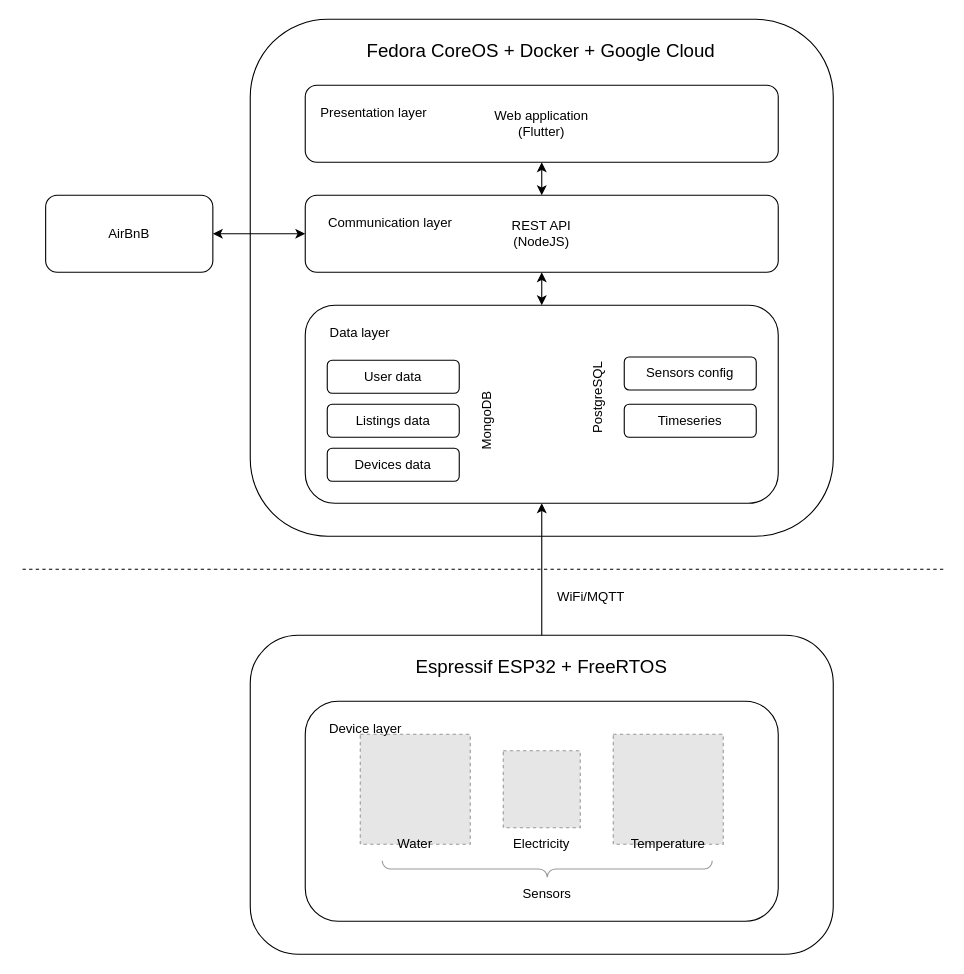
The draw.io diagram docs/diagrams/architecture-diagram.drawio in danielmonterocr/project-module-2024-apr, before the edit. Source tidied: cells renumbered, new cells numbered last; positions are measured from the earlier drawing's top-left corner, leaving out a move shared by most shapes. Both pictures are drawn from the tidied source at 110%, with x=0, y=0 at pixel (19, 19). Pictures stored in the file or linked from it are replaced by grey dashed boxes.
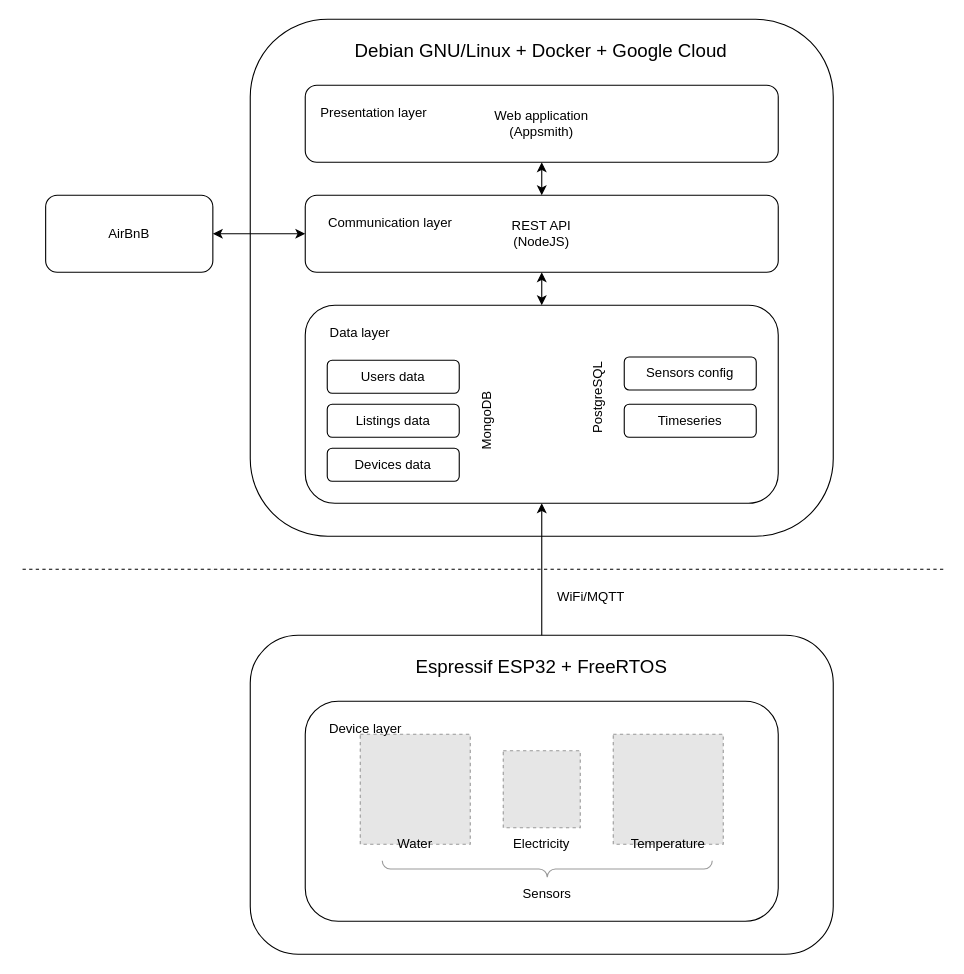
After the change.

Change to the diagram source:
```diff
@@
-    <mxCell id="20" value="User data" style="rounded=1;whiteSpace=wrap;html=1;" parent="1" vertex="1">
+    <mxCell id="20" value="Users data" style="rounded=1;whiteSpace=wrap;html=1;" parent="1" vertex="1">
       <mxGeometry x="280" y="310" width="120" height="30" as="geometry" />
     </mxCell>
@@
-    <mxCell id="27" value="Web application&lt;div&gt;(Flutter)&lt;/div&gt;" style="rounded=1;whiteSpace=wrap;html=1;strokeColor=default;" parent="1" vertex="1">
+    <mxCell id="27" value="Web application&lt;div&gt;(Appsmith)&lt;/div&gt;" style="rounded=1;whiteSpace=wrap;html=1;strokeColor=default;" parent="1" vertex="1">
       <mxGeometry x="260" y="60" width="430" height="70" as="geometry" />
     </mxCell>
@@
-    <mxCell id="29" value="&lt;font style=&quot;font-size: 17px;&quot;&gt;Fedora CoreOS + Docker + Google Cloud&lt;/font&gt;" style="text;html=1;align=center;verticalAlign=middle;whiteSpace=wrap;rounded=0;" parent="1" vertex="1">
+    <mxCell id="29" value="&lt;font style=&quot;font-size: 17px;&quot;&gt;Debian GNU/Linux + Docker + Google Cloud&lt;/font&gt;" style="text;html=1;align=center;verticalAlign=middle;whiteSpace=wrap;rounded=0;" parent="1" vertex="1">
       <mxGeometry x="260" y="10" width="429" height="40" as="geometry" />
     </mxCell>
```
